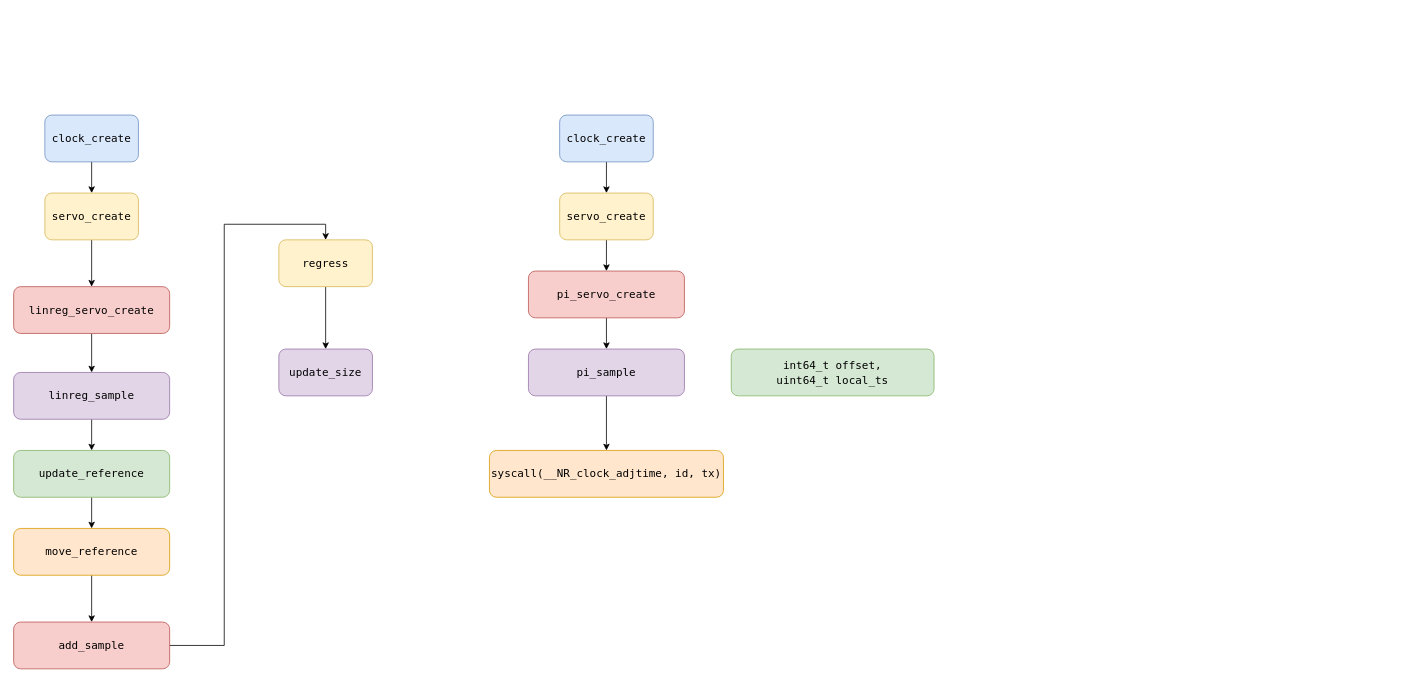
Before: Untitled Diagram.drawio in enesygt/c_repo, a draw.io diagram. Source tidied: cells renumbered, new cells numbered last; positions are measured from the earlier drawing's top-left corner, leaving out a move shared by most shapes. Both pictures are drawn from the tidied source at 78%, with x=0, y=0 at pixel (13, 115).
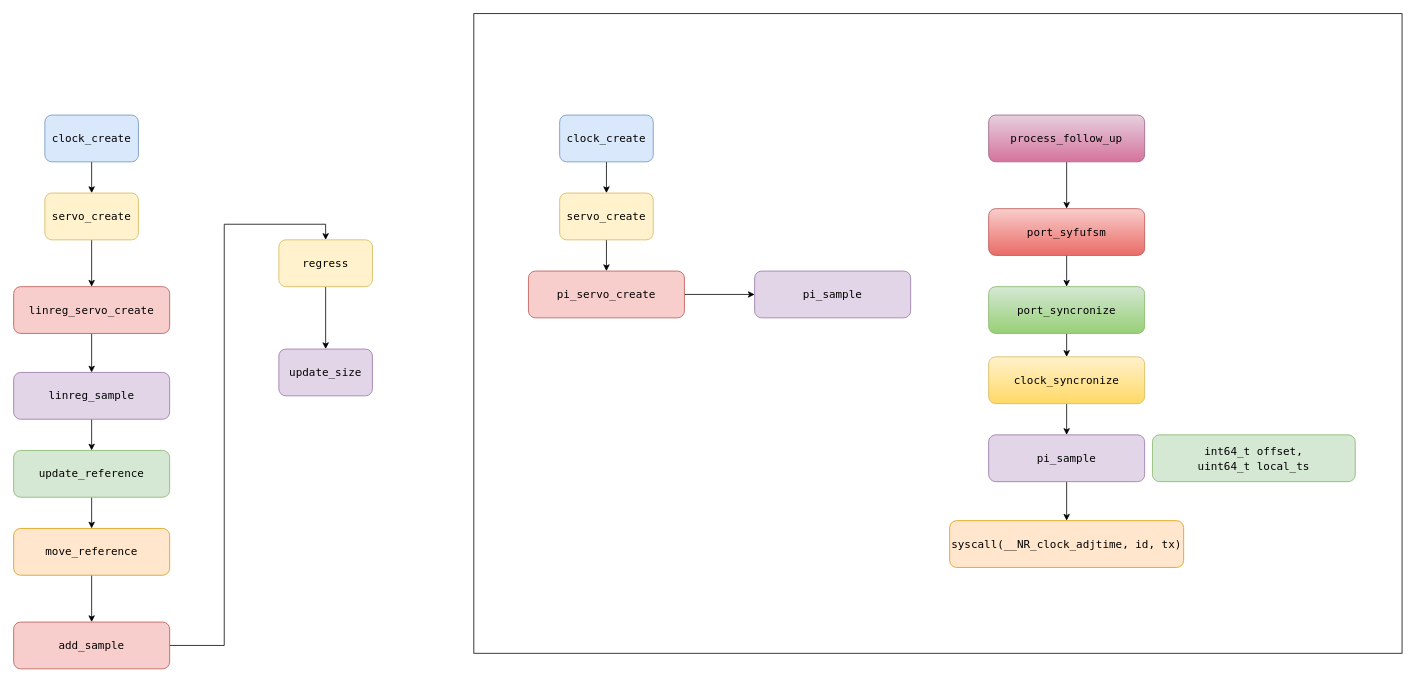
After the change.

Unchanged cells that the change refers to:
```xml
<mxCell id="24" value="&lt;div style=&quot;font-family: &amp;#34;droid sans mono&amp;#34; , &amp;#34;monospace&amp;#34; , monospace , &amp;#34;droid sans fallback&amp;#34; ; font-weight: normal ; font-size: 14px ; line-height: 19px&quot;&gt;&lt;div&gt;&lt;div style=&quot;font-family: &amp;#34;droid sans mono&amp;#34; , &amp;#34;monospace&amp;#34; , monospace , &amp;#34;droid sans fallback&amp;#34; ; font-weight: normal ; font-size: 14px ; line-height: 19px&quot;&gt;&lt;div&gt;&lt;span style=&quot;background-color: transparent&quot;&gt;pi_servo_create&lt;/span&gt;&lt;/div&gt;&lt;/div&gt;&lt;/div&gt;&lt;/div&gt;" style="rounded=1;whiteSpace=wrap;html=1;fillColor=#f8cecc;strokeColor=#b85450;" parent="1" vertex="1">
  <mxGeometry x="660" y="200" width="200" height="60" as="geometry" />
</mxCell>
```

Change to the diagram source:
```diff
@@
+    <mxCell id="29" style="rounded=0;whiteSpace=wrap;html=1;" parent="1" vertex="1">
+      <mxGeometry x="590" y="-130" width="1190" height="820" as="geometry" />
+    </mxCell>
@@
-    <mxCell id="23" style="edgeStyle=orthogonalEdgeStyle;rounded=0;jettySize=auto;html=1;exitX=0.5;exitY=1;exitDx=0;exitDy=0;entryX=0.5;entryY=0;entryDx=0;entryDy=0;" parent="1" edge="1" source="24" target="26">
-      <mxGeometry relative="1" as="geometry" />
-    </mxCell>
+    <mxCell id="30" style="edgeStyle=orthogonalEdgeStyle;rounded=0;jettySize=auto;html=1;exitX=1;exitY=0.5;exitDx=0;exitDy=0;" parent="1" edge="1" source="24" target="35">
+      <mxGeometry relative="1" as="geometry" />
+    </mxCell>
@@
     <mxCell id="26" value="&lt;div style=&quot;font-family: &amp;#34;droid sans mono&amp;#34; , &amp;#34;monospace&amp;#34; , monospace , &amp;#34;droid sans fallback&amp;#34; ; font-weight: normal ; font-size: 14px ; line-height: 19px&quot;&gt;&lt;div&gt;&lt;span style=&quot;background-color: transparent&quot;&gt;pi_sample&lt;/span&gt;&lt;/div&gt;&lt;/div&gt;" style="rounded=1;whiteSpace=wrap;html=1;fillColor=#e1d5e7;strokeColor=#9673a6;" parent="1" vertex="1">
-      <mxGeometry x="660" y="300" width="200" height="60" as="geometry" />
+      <mxGeometry x="1250" y="410" width="200" height="60" as="geometry" />
     </mxCell>
     <mxCell id="27" value="&lt;div style=&quot;font-family: &amp;#34;droid sans mono&amp;#34; , &amp;#34;monospace&amp;#34; , monospace , &amp;#34;droid sans fallback&amp;#34; ; font-weight: normal ; font-size: 14px ; line-height: 19px&quot;&gt;&lt;div&gt;&lt;span style=&quot;background-color: transparent&quot;&gt;int64_t offset,&lt;/span&gt;&lt;/div&gt;&lt;div&gt;&lt;span style=&quot;background-color: transparent&quot;&gt;            uint64_t local_ts&lt;/span&gt;&lt;/div&gt;&lt;/div&gt;" style="rounded=1;whiteSpace=wrap;html=1;fillColor=#d5e8d4;strokeColor=#82b366;" parent="1" vertex="1">
-      <mxGeometry x="920" y="300" width="260" height="60" as="geometry" />
+      <mxGeometry x="1460" y="410" width="260" height="60" as="geometry" />
     </mxCell>
     <mxCell id="28" value="&lt;div style=&quot;font-family: &amp;#34;droid sans mono&amp;#34; , &amp;#34;monospace&amp;#34; , monospace , &amp;#34;droid sans fallback&amp;#34; ; font-weight: normal ; font-size: 14px ; line-height: 19px&quot;&gt;&lt;div&gt;&lt;span style=&quot;background-color: transparent&quot;&gt;syscall(__NR_clock_adjtime, id, tx)&lt;/span&gt;&lt;/div&gt;&lt;/div&gt;" style="rounded=1;whiteSpace=wrap;html=1;fillColor=#ffe6cc;strokeColor=#d79b00;" parent="1" vertex="1">
-      <mxGeometry x="610" y="430" width="300" height="60" as="geometry" />
+      <mxGeometry x="1200" y="520" width="300" height="60" as="geometry" />
     </mxCell>
+    <mxCell id="31" style="edgeStyle=orthogonalEdgeStyle;rounded=0;jettySize=auto;html=1;exitX=0.5;exitY=1;exitDx=0;exitDy=0;entryX=0.5;entryY=0;entryDx=0;entryDy=0;" parent="1" edge="1" source="32" target="26">
+      <mxGeometry relative="1" as="geometry" />
+    </mxCell>
+    <mxCell id="32" value="&lt;div style=&quot;font-family: &amp;#34;droid sans mono&amp;#34; , &amp;#34;monospace&amp;#34; , monospace , &amp;#34;droid sans fallback&amp;#34; ; font-weight: normal ; font-size: 14px ; line-height: 19px&quot;&gt;&lt;div&gt;&lt;span style=&quot;background-color: transparent&quot;&gt;clock_syncronize&lt;/span&gt;&lt;/div&gt;&lt;/div&gt;" style="rounded=1;whiteSpace=wrap;html=1;fillColor=#fff2cc;strokeColor=#d6b656;gradientColor=#ffd966;" parent="1" vertex="1">
+      <mxGeometry x="1250" y="310" width="200" height="60" as="geometry" />
+    </mxCell>
+    <mxCell id="33" style="edgeStyle=orthogonalEdgeStyle;rounded=0;jettySize=auto;html=1;exitX=0.5;exitY=1;exitDx=0;exitDy=0;entryX=0.5;entryY=0;entryDx=0;entryDy=0;" parent="1" edge="1" source="34" target="32">
+      <mxGeometry relative="1" as="geometry" />
+    </mxCell>
+    <mxCell id="34" value="&lt;div style=&quot;font-family: &amp;#34;droid sans mono&amp;#34; , &amp;#34;monospace&amp;#34; , monospace , &amp;#34;droid sans fallback&amp;#34; ; font-weight: normal ; font-size: 14px ; line-height: 19px&quot;&gt;&lt;div&gt;&lt;span style=&quot;background-color: transparent&quot;&gt;port_syncronize&lt;/span&gt;&lt;/div&gt;&lt;/div&gt;" style="rounded=1;whiteSpace=wrap;html=1;fillColor=#d5e8d4;strokeColor=#82b366;gradientColor=#97d077;" parent="1" vertex="1">
+      <mxGeometry x="1250" y="220" width="200" height="60" as="geometry" />
+    </mxCell>
+    <mxCell id="35" value="&lt;div style=&quot;font-family: &amp;#34;droid sans mono&amp;#34; , &amp;#34;monospace&amp;#34; , monospace , &amp;#34;droid sans fallback&amp;#34; ; font-weight: normal ; font-size: 14px ; line-height: 19px&quot;&gt;&lt;div&gt;&lt;span style=&quot;background-color: transparent&quot;&gt;pi_sample&lt;/span&gt;&lt;/div&gt;&lt;/div&gt;" style="rounded=1;whiteSpace=wrap;html=1;fillColor=#e1d5e7;strokeColor=#9673a6;" parent="1" vertex="1">
+      <mxGeometry x="950" y="200" width="200" height="60" as="geometry" />
+    </mxCell>
+    <mxCell id="36" style="edgeStyle=orthogonalEdgeStyle;rounded=0;jettySize=auto;html=1;" parent="1" edge="1" source="37" target="34">
+      <mxGeometry relative="1" as="geometry" />
+    </mxCell>
+    <mxCell id="37" value="&lt;div style=&quot;font-family: &amp;#34;droid sans mono&amp;#34; , &amp;#34;monospace&amp;#34; , monospace , &amp;#34;droid sans fallback&amp;#34; ; font-weight: normal ; font-size: 14px ; line-height: 19px&quot;&gt;&lt;div&gt;&lt;span style=&quot;background-color: transparent&quot;&gt;port_syfufsm&lt;/span&gt;&lt;/div&gt;&lt;/div&gt;" style="rounded=1;whiteSpace=wrap;html=1;fillColor=#f8cecc;strokeColor=#b85450;gradientColor=#ea6b66;" parent="1" vertex="1">
+      <mxGeometry x="1250" y="120" width="200" height="60" as="geometry" />
+    </mxCell>
+    <mxCell id="38" style="edgeStyle=orthogonalEdgeStyle;rounded=0;jettySize=auto;html=1;entryX=0.5;entryY=0;entryDx=0;entryDy=0;" parent="1" edge="1" source="39" target="37">
+      <mxGeometry relative="1" as="geometry" />
+    </mxCell>
+    <mxCell id="39" value="&lt;div style=&quot;font-family: &amp;#34;droid sans mono&amp;#34; , &amp;#34;monospace&amp;#34; , monospace , &amp;#34;droid sans fallback&amp;#34; ; font-weight: normal ; font-size: 14px ; line-height: 19px&quot;&gt;&lt;div&gt;&lt;span style=&quot;background-color: transparent&quot;&gt;process_follow_up&lt;/span&gt;&lt;/div&gt;&lt;/div&gt;" style="rounded=1;whiteSpace=wrap;html=1;fillColor=#e6d0de;strokeColor=#996185;gradientColor=#d5739d;" parent="1" vertex="1">
+      <mxGeometry x="1250" width="200" height="60" as="geometry" />
+    </mxCell>
```
